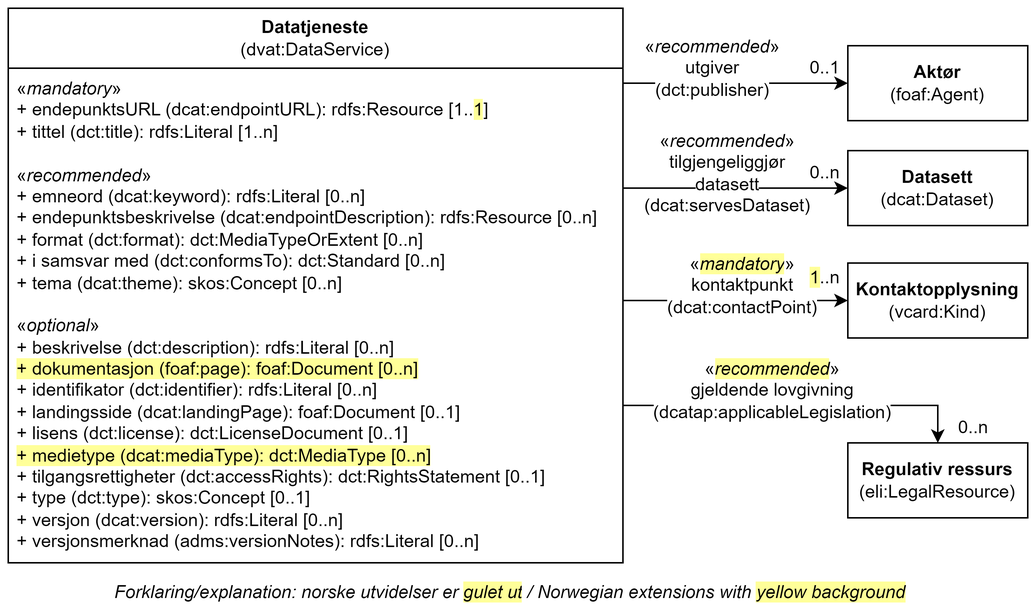
Before: docs/images/Klassen-Datatjeneste.png, a diagram exported from draw.io (Informasjonsforvaltning/hvd-dcat-ap-no). Source tidied: cells renumbered, new cells last; positions are measured from the earlier drawing's top-left corner, leaving out a move shared by most shapes.
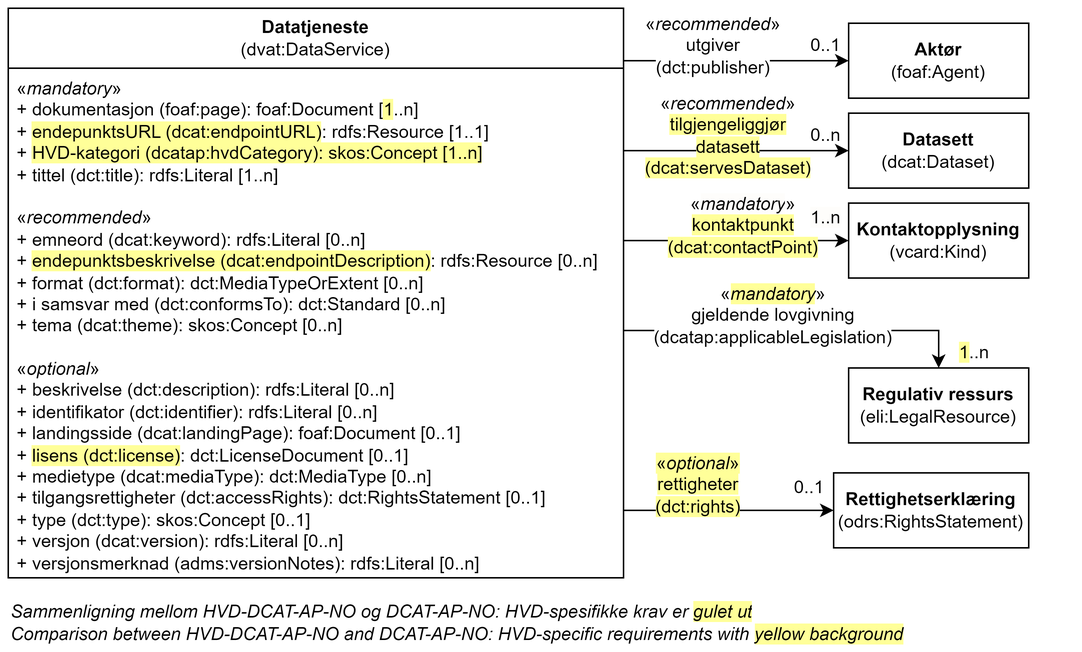
Later version of the same file.

Commit message:
Oppdaterer klassen Datatjeneste

The edit, as a diff of the source:
```diff
@@ -3,72 +3,86 @@
     <mxCell id="0" />
     <mxCell id="1" parent="0" />
     <mxCell id="2" value="Datatjeneste&lt;br&gt;&lt;span style=&quot;font-weight: normal;&quot;&gt;(dvat:DataService)&lt;/span&gt;" style="swimlane;whiteSpace=wrap;html=1;startSize=40;" parent="1" vertex="1">
-      <mxGeometry width="410" height="370" as="geometry" />
+      <mxGeometry width="410" height="380" as="geometry" />
     </mxCell>
-    <mxCell id="3" value="«&lt;i style=&quot;&quot;&gt;mandatory&lt;/i&gt;»&lt;br&gt;&lt;div&gt;+ endepunktsURL (dcat:endpointURL): rdfs:Resource [1..&lt;span style=&quot;background-color: rgb(255, 255, 153);&quot;&gt;1&lt;/span&gt;]&lt;/div&gt;&lt;div&gt;&lt;span style=&quot;background-color: initial;&quot;&gt;+ tittel (dct:title): rdfs:Literal [1..n]&lt;/span&gt;&lt;br&gt;&lt;/div&gt;&lt;div&gt;&lt;br&gt;&lt;/div&gt;&lt;div&gt;&lt;div style=&quot;border-color: var(--border-color);&quot;&gt;«&lt;i style=&quot;border-color: var(--border-color);&quot;&gt;recommended&lt;/i&gt;»&lt;/div&gt;&lt;div style=&quot;border-color: var(--border-color);&quot;&gt;&lt;span style=&quot;background-color: initial;&quot;&gt;+ emneord (dcat:keyword): rdfs:Literal [0..n]&lt;/span&gt;&lt;br&gt;&lt;/div&gt;&lt;div style=&quot;border-color: var(--border-color);&quot;&gt;+ endepunktsbeskrivelse (dcat:endpointDescription): rdfs:Resource [0..n]&lt;/div&gt;&lt;div style=&quot;border-color: var(--border-color);&quot;&gt;+ format (dct:format): dct:MediaTypeOrExtent [0..n]&lt;/div&gt;&lt;div style=&quot;border-color: var(--border-color);&quot;&gt;&lt;span style=&quot;background-color: initial;&quot;&gt;+ i samsvar med (dct:conformsTo): dct:Standard [0..n]&lt;/span&gt;&lt;br&gt;&lt;/div&gt;&lt;/div&gt;&lt;div style=&quot;border-color: var(--border-color);&quot;&gt;+ tema (dcat:theme): skos:Concept [0..n]&lt;br&gt;&lt;/div&gt;&lt;div style=&quot;border-color: var(--border-color);&quot;&gt;&lt;br&gt;&lt;/div&gt;&lt;div style=&quot;border-color: var(--border-color);&quot;&gt;&lt;div style=&quot;border-color: var(--border-color);&quot;&gt;«&lt;i style=&quot;border-color: var(--border-color);&quot;&gt;optional&lt;/i&gt;»&lt;/div&gt;&lt;div style=&quot;border-color: var(--border-color);&quot;&gt;+ beskrivelse (dct:description): rdfs:Literal [0..n]&lt;/div&gt;&lt;div style=&quot;border-color: var(--border-color);&quot;&gt;&lt;span style=&quot;background-color: rgb(255, 255, 153);&quot;&gt;+&amp;nbsp;&lt;span style=&quot;border-color: var(--border-color);&quot;&gt;dokumentasjon (foaf:page): foaf:Document [0..n]&lt;/span&gt;&lt;/span&gt;&lt;br&gt;&lt;/div&gt;&lt;div&gt;+ identifikator (dct:identifier): rdfs:Literal [0..n]&lt;/div&gt;&lt;div style=&quot;border-color: var(--border-color);&quot;&gt;&lt;span style=&quot;background-color: initial;&quot;&gt;+ landingsside (dcat:landingPage): foaf:Document [0..1]&lt;/span&gt;&lt;br&gt;&lt;/div&gt;&lt;div style=&quot;border-color: var(--border-color);&quot;&gt;+ lisens (dct:license): dct:LicenseDocument [0..1]&lt;/div&gt;&lt;div style=&quot;border-color: var(--border-color);&quot;&gt;&lt;span style=&quot;border-color: var(--border-color); background-color: rgb(255, 255, 153);&quot;&gt;+&lt;span style=&quot;border-color: var(--border-color);&quot;&gt;&amp;nbsp;medietype (dcat:mediaType): dct:MediaType [0..n]&lt;/span&gt;&lt;/span&gt;&lt;/div&gt;&lt;div style=&quot;border-color: var(--border-color);&quot;&gt;+ tilgangsrettigheter (dct:accessRights): dct:RightsStatement [0..1]&lt;/div&gt;&lt;div style=&quot;border-color: var(--border-color);&quot;&gt;&lt;span style=&quot;border-color: var(--border-color);&quot;&gt;+&amp;nbsp;&lt;span style=&quot;border-color: var(--border-color);&quot;&gt;type (dct:type): skos:Concept [0..1]&lt;/span&gt;&lt;/span&gt;&lt;/div&gt;&lt;div style=&quot;border-color: var(--border-color);&quot;&gt;+ versjon (dcat:version): rdfs:Literal [0..n]&lt;br style=&quot;border-color: var(--border-color);&quot;&gt;+ versjonsmerknad (adms:versionNotes): rdfs:Literal [0..n]&lt;br&gt;&lt;/div&gt;&lt;/div&gt;" style="text;strokeColor=none;fillColor=none;align=left;verticalAlign=top;spacingLeft=4;spacingRight=4;overflow=hidden;whiteSpace=wrap;html=1;fontStyle=0;" parent="2" vertex="1">
-      <mxGeometry y="40" width="400" height="320" as="geometry" />
+    <mxCell id="3" value="«&lt;i style=&quot;&quot;&gt;mandatory&lt;/i&gt;»&lt;br&gt;&lt;div&gt;+&amp;nbsp;&lt;span style=&quot;border-color: var(--border-color);&quot;&gt;dokumentasjon (foaf:page): foaf:Document [&lt;span style=&quot;background-color: rgb(255, 255, 153);&quot;&gt;1&lt;/span&gt;..n]&lt;/span&gt;&lt;br&gt;&lt;/div&gt;&lt;div&gt;+ &lt;span style=&quot;background-color: rgb(255, 255, 153);&quot;&gt;endepunktsURL (dcat:endpointURL)&lt;/span&gt;: rdfs:Resource [1..1]&lt;/div&gt;&lt;div&gt;+&amp;nbsp;&lt;span style=&quot;background-color: rgb(255, 255, 153);&quot;&gt;HVD-kategori (dcatap:hvdCategory): skos:Concept [1..n]&lt;/span&gt;&lt;br&gt;&lt;/div&gt;&lt;div&gt;&lt;span style=&quot;background-color: initial;&quot;&gt;+ tittel (dct:title): rdfs:Literal [1..n]&lt;/span&gt;&lt;br&gt;&lt;/div&gt;&lt;div&gt;&lt;br&gt;&lt;/div&gt;&lt;div&gt;&lt;div style=&quot;border-color: var(--border-color);&quot;&gt;«&lt;i style=&quot;border-color: var(--border-color);&quot;&gt;recommended&lt;/i&gt;»&lt;/div&gt;&lt;div style=&quot;border-color: var(--border-color);&quot;&gt;&lt;span style=&quot;background-color: initial;&quot;&gt;+ emneord (dcat:keyword): rdfs:Literal [0..n]&lt;/span&gt;&lt;br&gt;&lt;/div&gt;&lt;div style=&quot;border-color: var(--border-color);&quot;&gt;+ &lt;span style=&quot;background-color: rgb(255, 255, 153);&quot;&gt;endepunktsbeskrivelse (dcat:endpointDescription)&lt;/span&gt;: rdfs:Resource [0..n]&lt;/div&gt;&lt;div style=&quot;border-color: var(--border-color);&quot;&gt;+ format (dct:format): dct:MediaTypeOrExtent [0..n]&lt;/div&gt;&lt;div style=&quot;border-color: var(--border-color);&quot;&gt;&lt;span style=&quot;background-color: initial;&quot;&gt;+ i samsvar med (dct:conformsTo): dct:Standard [0..n]&lt;/span&gt;&lt;br&gt;&lt;/div&gt;&lt;/div&gt;&lt;div style=&quot;border-color: var(--border-color);&quot;&gt;+ tema (dcat:theme): skos:Concept [0..n]&lt;br&gt;&lt;/div&gt;&lt;div style=&quot;border-color: var(--border-color);&quot;&gt;&lt;br&gt;&lt;/div&gt;&lt;div style=&quot;border-color: var(--border-color);&quot;&gt;&lt;div style=&quot;border-color: var(--border-color);&quot;&gt;«&lt;i style=&quot;border-color: var(--border-color);&quot;&gt;optional&lt;/i&gt;»&lt;/div&gt;&lt;div style=&quot;border-color: var(--border-color);&quot;&gt;+ beskrivelse (dct:description): rdfs:Literal [0..n]&lt;/div&gt;&lt;div&gt;+ identifikator (dct:identifier): rdfs:Literal [0..n]&lt;/div&gt;&lt;div style=&quot;border-color: var(--border-color);&quot;&gt;&lt;span style=&quot;background-color: initial;&quot;&gt;+ landingsside (dcat:landingPage): foaf:Document [0..1]&lt;/span&gt;&lt;br&gt;&lt;/div&gt;&lt;div style=&quot;border-color: var(--border-color);&quot;&gt;+ &lt;span style=&quot;background-color: rgb(255, 255, 153);&quot;&gt;lisens (dct:license)&lt;/span&gt;: dct:LicenseDocument [0..1]&lt;/div&gt;&lt;div style=&quot;border-color: var(--border-color);&quot;&gt;&lt;span style=&quot;border-color: var(--border-color);&quot;&gt;+&lt;span style=&quot;border-color: var(--border-color);&quot;&gt;&amp;nbsp;medietype (dcat:mediaType): dct:MediaType [0..n]&lt;/span&gt;&lt;/span&gt;&lt;/div&gt;&lt;div style=&quot;border-color: var(--border-color);&quot;&gt;+ tilgangsrettigheter (dct:accessRights): dct:RightsStatement [0..1]&lt;/div&gt;&lt;div style=&quot;border-color: var(--border-color);&quot;&gt;&lt;span style=&quot;border-color: var(--border-color);&quot;&gt;+&amp;nbsp;&lt;span style=&quot;border-color: var(--border-color);&quot;&gt;type (dct:type): skos:Concept [0..1]&lt;/span&gt;&lt;/span&gt;&lt;/div&gt;&lt;div style=&quot;border-color: var(--border-color);&quot;&gt;+ versjon (dcat:version): rdfs:Literal [0..n]&lt;br style=&quot;border-color: var(--border-color);&quot;&gt;+ versjonsmerknad (adms:versionNotes): rdfs:Literal [0..n]&lt;br&gt;&lt;/div&gt;&lt;/div&gt;" style="text;strokeColor=none;fillColor=none;align=left;verticalAlign=top;spacingLeft=4;spacingRight=4;overflow=hidden;whiteSpace=wrap;html=1;fontStyle=0;" parent="2" vertex="1">
+      <mxGeometry y="40" width="400" height="340" as="geometry" />
     </mxCell>
     <mxCell id="4" value="&lt;b&gt;Aktør&lt;br&gt;&lt;/b&gt;(foaf:Agent)" style="rounded=0;whiteSpace=wrap;html=1;" parent="1" vertex="1">
-      <mxGeometry x="560" y="25" width="120" height="50" as="geometry" />
+      <mxGeometry x="560" y="10" width="120" height="50" as="geometry" />
     </mxCell>
     <mxCell id="5" value="&lt;b&gt;Datasett&lt;/b&gt;&lt;br&gt;(dcat:Dataset)" style="rounded=0;whiteSpace=wrap;html=1;" parent="1" vertex="1">
-      <mxGeometry x="560" y="95" width="120" height="50" as="geometry" />
+      <mxGeometry x="560" y="70" width="120" height="50" as="geometry" />
     </mxCell>
     <mxCell id="6" style="endArrow=classic;html=1;rounded=0;entryX=0;entryY=0.5;entryDx=0;entryDy=0;" parent="1" edge="1" target="4">
       <mxGeometry relative="1" as="geometry">
-        <mxPoint x="410" y="50" as="sourcePoint" />
+        <mxPoint x="410" y="35" as="sourcePoint" />
       </mxGeometry>
     </mxCell>
     <mxCell id="7" value="&lt;div&gt;&lt;span style=&quot;background-color: rgb(255, 255, 255);&quot;&gt;«&lt;i&gt;recommended&lt;/i&gt;»&lt;/span&gt;&lt;/div&gt;&lt;div&gt;&lt;span style=&quot;background-color: rgb(255, 255, 255);&quot;&gt;utgiver (dct:publisher)&lt;/span&gt;&lt;/div&gt;" style="text;html=1;strokeColor=none;fillColor=none;align=center;verticalAlign=middle;whiteSpace=wrap;rounded=0;" parent="1" vertex="1">
-      <mxGeometry x="440" y="25" width="60" height="30" as="geometry" />
+      <mxGeometry x="440" y="10" width="60" height="30" as="geometry" />
     </mxCell>
     <mxCell id="8" value="&lt;span style=&quot;background-color: rgb(255, 255, 255);&quot;&gt;0&lt;/span&gt;..1" style="text;html=1;strokeColor=none;fillColor=none;align=center;verticalAlign=middle;whiteSpace=wrap;rounded=0;" parent="1" vertex="1">
-      <mxGeometry x="530" y="30" width="30" height="20" as="geometry" />
+      <mxGeometry x="530" y="15" width="30" height="20" as="geometry" />
     </mxCell>
     <mxCell id="9" value="0..n" style="text;html=1;strokeColor=none;fillColor=none;align=center;verticalAlign=middle;whiteSpace=wrap;rounded=0;" parent="1" vertex="1">
-      <mxGeometry x="530" y="100" width="30" height="20" as="geometry" />
+      <mxGeometry x="530" y="75" width="30" height="20" as="geometry" />
     </mxCell>
     <mxCell id="10" style="endArrow=classic;html=1;rounded=0;entryX=0;entryY=0.5;entryDx=0;entryDy=0;" parent="1" edge="1" target="5">
       <mxGeometry relative="1" as="geometry">
-        <mxPoint x="410" y="120" as="sourcePoint" />
+        <mxPoint x="410" y="95" as="sourcePoint" />
       </mxGeometry>
     </mxCell>
-    <mxCell id="11" value="&lt;div&gt;&lt;span style=&quot;background-color: rgb(255, 255, 255);&quot;&gt;«&lt;i&gt;recommended&lt;/i&gt;»&lt;/span&gt;&lt;/div&gt;&lt;div&gt;&lt;span style=&quot;background-color: rgb(255, 255, 255);&quot;&gt;tilgjengeliggjør datasett (dcat:servesDataset)&lt;/span&gt;&lt;/div&gt;" style="text;html=1;strokeColor=none;fillColor=none;align=center;verticalAlign=middle;whiteSpace=wrap;rounded=0;" parent="1" vertex="1">
-      <mxGeometry x="450" y="95" width="60" height="30" as="geometry" />
+    <mxCell id="11" value="&lt;div&gt;&lt;span style=&quot;background-color: rgb(255, 255, 255);&quot;&gt;«&lt;i&gt;recommended&lt;/i&gt;»&lt;/span&gt;&lt;/div&gt;&lt;div&gt;&lt;span style=&quot;background-color: rgb(255, 255, 153);&quot;&gt;tilgjengeliggjør datasett (dcat:servesDataset)&lt;/span&gt;&lt;/div&gt;" style="text;html=1;strokeColor=none;fillColor=none;align=center;verticalAlign=middle;whiteSpace=wrap;rounded=0;" parent="1" vertex="1">
+      <mxGeometry x="450" y="70" width="60" height="30" as="geometry" />
     </mxCell>
-    <mxCell id="12" value="Forklaring/explanation: norske utvidelser er&amp;nbsp;&lt;span style=&quot;background-color: rgb(255, 255, 153);&quot;&gt;gulet ut&lt;/span&gt;&lt;span style=&quot;background-color: rgb(255 , 255 , 255)&quot;&gt;&amp;nbsp;/&amp;nbsp;Norwegian extensions with &lt;/span&gt;&lt;span style=&quot;background-color: rgb(255, 255, 153);&quot;&gt;yellow background&lt;/span&gt;" style="text;html=1;strokeColor=none;fillColor=none;align=center;verticalAlign=middle;whiteSpace=wrap;rounded=0;fontStyle=2;" parent="1" vertex="1">
-      <mxGeometry x="20" y="380" width="630" height="20" as="geometry" />
-    </mxCell>
     <mxCell id="13" value="&lt;b&gt;Kontaktopplysning&lt;/b&gt;&lt;br&gt;(vcard:Kind)" style="html=1;whiteSpace=wrap;" parent="1" vertex="1">
-      <mxGeometry x="560" y="170" width="120" height="50" as="geometry" />
+      <mxGeometry x="560" y="130" width="120" height="50" as="geometry" />
     </mxCell>
     <mxCell id="14" style="endArrow=classic;html=1;rounded=0;entryX=0;entryY=0.5;entryDx=0;entryDy=0;" parent="1" edge="1" target="13">
       <mxGeometry relative="1" as="geometry">
-        <mxPoint x="410" y="195" as="sourcePoint" />
+        <mxPoint x="410" y="155" as="sourcePoint" />
       </mxGeometry>
     </mxCell>
-    <mxCell id="15" value="&lt;span style=&quot;background-color: rgb(255, 255, 255);&quot;&gt;«&lt;/span&gt;&lt;i style=&quot;border-color: var(--border-color); text-align: left; background-color: rgb(255, 255, 153);&quot;&gt;mandatory&lt;/i&gt;&lt;span style=&quot;background-color: rgb(255, 255, 255); text-align: left;&quot;&gt;»&lt;br&gt;&lt;/span&gt;&lt;span style=&quot;background-color: rgb(255, 255, 255);&quot;&gt;kontaktpunkt&lt;/span&gt;&lt;br&gt;&lt;span style=&quot;background-color: rgb(255, 255, 255);&quot;&gt;(dcat:contactPoint)&lt;/span&gt;" style="text;html=1;strokeColor=none;fillColor=none;align=center;verticalAlign=middle;whiteSpace=wrap;rounded=0;" parent="1" vertex="1">
-      <mxGeometry x="460" y="170" width="60" height="30" as="geometry" />
+    <mxCell id="15" value="&lt;span style=&quot;background-color: rgb(255, 255, 255);&quot;&gt;«&lt;/span&gt;&lt;i style=&quot;border-color: var(--border-color); text-align: left; background-color: rgb(254, 253, 251);&quot;&gt;mandatory&lt;/i&gt;&lt;span style=&quot;background-color: rgb(255, 255, 255); text-align: left;&quot;&gt;»&lt;br&gt;&lt;/span&gt;&lt;span style=&quot;background-color: rgb(255, 255, 153);&quot;&gt;kontaktpunkt&lt;br&gt;(dcat:contactPoint)&lt;/span&gt;" style="text;html=1;strokeColor=none;fillColor=none;align=center;verticalAlign=middle;whiteSpace=wrap;rounded=0;" parent="1" vertex="1">
+      <mxGeometry x="460" y="130" width="60" height="30" as="geometry" />
     </mxCell>
-    <mxCell id="16" value="&lt;span style=&quot;background-color: rgb(255, 255, 153);&quot;&gt;1&lt;/span&gt;..n" style="text;html=1;strokeColor=none;fillColor=none;align=center;verticalAlign=middle;whiteSpace=wrap;rounded=0;" parent="1" vertex="1">
-      <mxGeometry x="530" y="170" width="30" height="20" as="geometry" />
+    <mxCell id="16" value="&lt;span style=&quot;background-color: rgb(254, 253, 251);&quot;&gt;1..n&lt;/span&gt;" style="text;html=1;strokeColor=none;fillColor=none;align=center;verticalAlign=middle;whiteSpace=wrap;rounded=0;" parent="1" vertex="1">
+      <mxGeometry x="530" y="130" width="30" height="20" as="geometry" />
     </mxCell>
     <mxCell id="17" value="&lt;b&gt;Regulativ ressurs&lt;/b&gt;&lt;br&gt;(eli:LegalResource)" style="html=1;whiteSpace=wrap;" parent="1" vertex="1">
-      <mxGeometry x="560" y="290" width="120" height="50" as="geometry" />
+      <mxGeometry x="560" y="240" width="120" height="50" as="geometry" />
     </mxCell>
-    <mxCell id="18" value="0..n" style="text;html=1;strokeColor=none;fillColor=none;align=center;verticalAlign=middle;whiteSpace=wrap;rounded=0;" parent="1" vertex="1">
-      <mxGeometry x="630" y="270" width="28" height="20" as="geometry" />
+    <mxCell id="18" value="&lt;span style=&quot;background-color: rgb(255, 255, 153);&quot;&gt;1&lt;/span&gt;..n" style="text;html=1;strokeColor=none;fillColor=none;align=center;verticalAlign=middle;whiteSpace=wrap;rounded=0;" parent="1" vertex="1">
+      <mxGeometry x="630" y="220" width="28" height="20" as="geometry" />
     </mxCell>
     <mxCell id="19" style="endArrow=classic;html=1;rounded=0;entryX=0.5;entryY=0;entryDx=0;entryDy=0;" parent="1" edge="1" target="17">
       <mxGeometry relative="1" as="geometry">
-        <mxPoint x="410" y="265" as="sourcePoint" />
+        <mxPoint x="410" y="215" as="sourcePoint" />
         <Array as="points">
-          <mxPoint x="620" y="265" />
+          <mxPoint x="620" y="215" />
         </Array>
       </mxGeometry>
     </mxCell>
-    <mxCell id="20" value="«&lt;i style=&quot;background-color: rgb(255, 255, 153);&quot;&gt;recommended&lt;/i&gt;»&lt;br&gt;&lt;span style=&quot;background-color: rgb(255, 255, 255);&quot;&gt;gjeldende lovgivning&lt;br&gt;(dcatap:applicableLegislation)&lt;/span&gt;" style="text;html=1;align=center;verticalAlign=middle;whiteSpace=wrap;rounded=0;" parent="1" vertex="1">
-      <mxGeometry x="480" y="240" width="60" height="30" as="geometry" />
+    <mxCell id="20" value="«&lt;i style=&quot;background-color: rgb(255, 255, 153);&quot;&gt;mandatory&lt;/i&gt;»&lt;br&gt;&lt;span style=&quot;background-color: rgb(255, 255, 255);&quot;&gt;gjeldende lovgivning&lt;br&gt;(dcatap:applicableLegislation)&lt;/span&gt;" style="text;html=1;align=center;verticalAlign=middle;whiteSpace=wrap;rounded=0;" parent="1" vertex="1">
+      <mxGeometry x="480" y="190" width="60" height="30" as="geometry" />
     </mxCell>
+    <mxCell id="21" value="Sammenligning mellom HVD-DCAT-AP-NO og DCAT-AP-NO: HVD-spesifikke krav er&amp;nbsp;&lt;span style=&quot;background-color: rgb(255, 255, 153);&quot;&gt;gulet ut&lt;/span&gt;&lt;span style=&quot;background-color: rgb(255 , 255 , 255)&quot;&gt;&amp;nbsp;&lt;/span&gt;&lt;div&gt;&lt;span style=&quot;background-color: rgb(255 , 255 , 255)&quot;&gt;Comparison between HVD-DCAT-AP-NO and DCAT-AP-NO: HVD-specific requirements with &lt;/span&gt;&lt;span style=&quot;background-color: rgb(255, 255, 153);&quot;&gt;yellow background&lt;/span&gt;&lt;/div&gt;" style="text;html=1;strokeColor=none;fillColor=none;align=left;verticalAlign=middle;whiteSpace=wrap;rounded=0;fontStyle=2;" parent="1" vertex="1">
+      <mxGeometry y="400" width="710" height="20" as="geometry" />
+    </mxCell>
+    <mxCell id="22" value="&lt;b&gt;Rettighetserklæring&lt;/b&gt;&lt;br&gt;(odrs:RightsStatement)" style="html=1;whiteSpace=wrap;" parent="1" vertex="1">
+      <mxGeometry x="550" y="310" width="130" height="50" as="geometry" />
+    </mxCell>
+    <mxCell id="23" style="endArrow=classic;html=1;rounded=0;entryX=0;entryY=0.5;entryDx=0;entryDy=0;" parent="1" edge="1" target="22">
+      <mxGeometry relative="1" as="geometry">
+        <mxPoint x="410" y="335" as="sourcePoint" />
+      </mxGeometry>
+    </mxCell>
+    <mxCell id="24" value="&lt;span style=&quot;background-color: rgb(255, 255, 153);&quot;&gt;«&lt;i style=&quot;&quot;&gt;optional&lt;/i&gt;»&lt;br&gt;&lt;span style=&quot;color: rgb(0, 0, 0); font-family: Helvetica; font-size: 12px; font-style: normal; font-variant-ligatures: normal; font-variant-caps: normal; font-weight: 400; letter-spacing: normal; orphans: 2; text-align: left; text-indent: 0px; text-transform: none; widows: 2; word-spacing: 0px; -webkit-text-stroke-width: 0px; white-space: normal; text-decoration-thickness: initial; text-decoration-style: initial; text-decoration-color: initial; float: none; display: inline !important;&quot;&gt;rettigheter (dct:rights)&lt;/span&gt;&lt;/span&gt;&lt;div&gt;&lt;br&gt;&lt;/div&gt;" style="text;html=1;align=center;verticalAlign=middle;whiteSpace=wrap;rounded=0;" parent="1" vertex="1">
+      <mxGeometry x="430" y="310" width="60" height="30" as="geometry" />
+    </mxCell>
+    <mxCell id="25" value="0..1" style="text;html=1;strokeColor=none;fillColor=none;align=center;verticalAlign=middle;whiteSpace=wrap;rounded=0;" parent="1" vertex="1">
+      <mxGeometry x="520" y="310" width="28" height="20" as="geometry" />
+    </mxCell>
   </root>
 </mxGraphModel>
```
